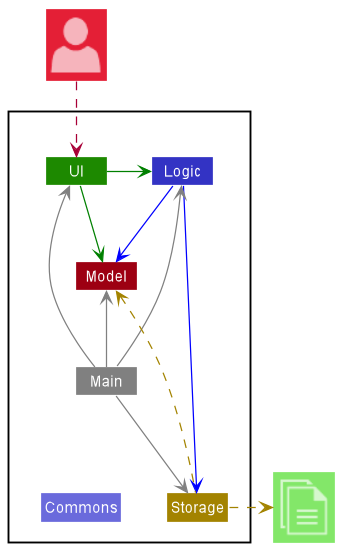
Earlier version of the PlantUML export docs/images/ArchitectureDiagram.png (nus-cs2103-AY2223S2/tp).
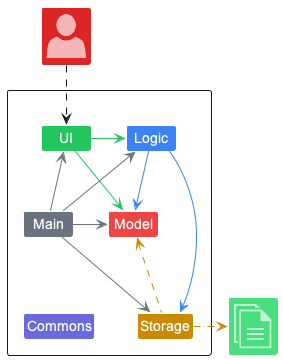
The same file after the commit.

Commit message:
Add new styles, Architecture Diagram

The edit, as a diff of the source:
```diff
@@ -9,25 +9,25 @@
     Class Logic LOGIC_COLOR
     Class Storage STORAGE_COLOR
     Class Model MODEL_COLOR
-    Class Main #grey
+    Class Main MAIN_COLOR
     Class Commons LOGIC_COLOR_T2
 }
 
 Class "<$user>" as User MODEL_COLOR_T2
 Class "<$documents>" as File UI_COLOR_T1
 
+UI -[UI_COLOR]right-> Logic
+UI -[UI_COLOR]left-> Model
+Logic -[LOGIC_COLOR]left-> Storage
+Logic -[LOGIC_COLOR]-> Model
+Main -[MAIN_COLOR]-> UI
+Main -[MAIN_COLOR]up-> Logic
+Main -[MAIN_COLOR]-> Storage
+Main -[MAIN_COLOR]right-> Model
+Main -[hidden]-> Commons
+Logic -[hidden]-> Storage
 
-UI -[#green]> Logic
-UI -right[#green]-> Model
-Logic -[#blue]-> Storage
-Logic -down[#blue]-> Model
-Main -[#grey]-> UI
-Main -[#grey]-> Logic
-Main -[#grey]-> Storage
-Main -up[#grey]-> Model
-Main -down[hidden]-> Commons
-
-Storage -up[STORAGE_COLOR].> Model
-Storage .right[STORAGE_COLOR].>File
+Storage .[STORAGE_COLOR]right.> File
+Storage -[STORAGE_COLOR]up.> Model
 User ..> UI
 @enduml
```
